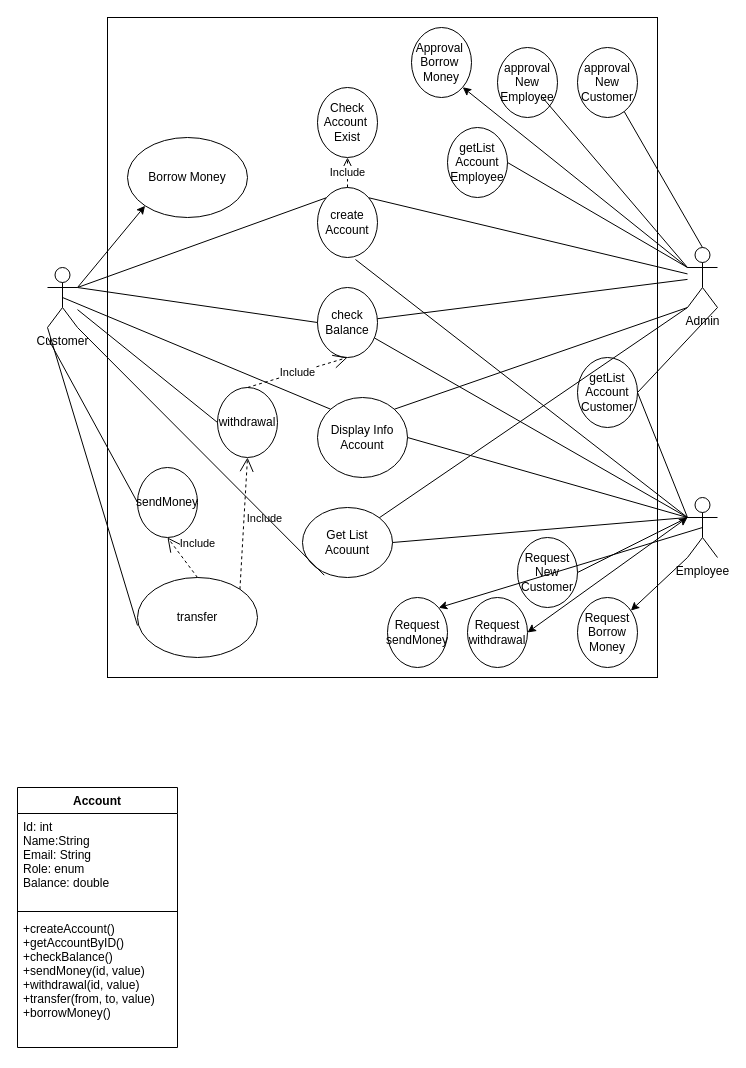
This is Bank_Use_Case.drawio from QuyetVV1995/Bank, a draw.io file, before an edit. Source tidied: cells renumbered, new cells numbered last; positions are measured from the earlier drawing's top-left corner, leaving out a move shared by most shapes. Both pictures are drawn from the tidied source at 100%, with x=0, y=0 at pixel (17, 17).
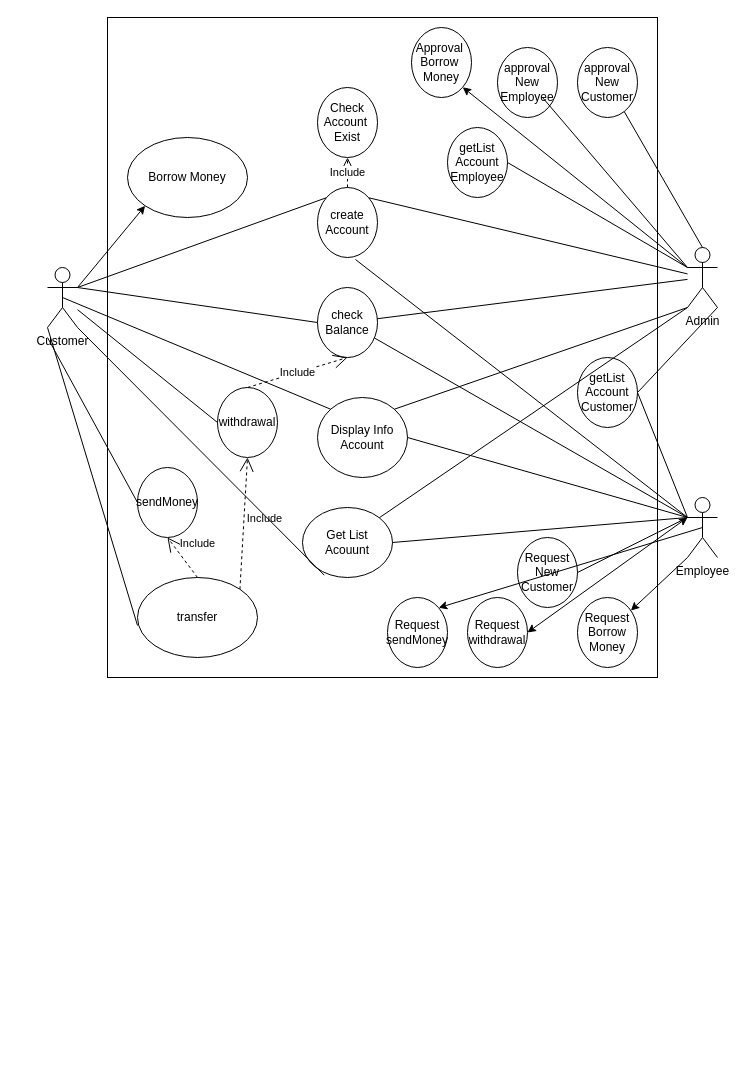
The same page after the edit.

Commit message (it also covers changes not shown here):
update: edit Cross Functional Diagram add Class Diagram

Change to the diagram source:
```diff
@@
-    <mxCell id="28" value="Account" style="swimlane;fontStyle=1;align=center;verticalAlign=top;horizontal=1;startSize=26;" parent="1" vertex="1">
-      <mxGeometry y="770" width="160" height="260" as="geometry" />
-    </mxCell>
-    <mxCell id="29" value="Id: int&#10;Name:String&#10;Email: String&#10;Role: enum&#10;Balance: double" style="text;strokeColor=none;fillColor=none;align=left;verticalAlign=top;spacingLeft=4;spacingRight=4;overflow=hidden;" parent="28" vertex="1">
-      <mxGeometry y="26" width="160" height="94" as="geometry" />
-    </mxCell>
-    <mxCell id="30" style="line;strokeWidth=1;fillColor=none;align=left;verticalAlign=middle;spacingTop=-1;spacingLeft=3;spacingRight=3;labelPosition=right;" parent="28" vertex="1">
-      <mxGeometry y="120" width="160" height="8" as="geometry" />
-    </mxCell>
-    <mxCell id="31" value="+createAccount()&#10;+getAccountByID()&#10;+checkBalance()&#10;+sendMoney(id, value)&#10;+withdrawal(id, value)&#10;+transfer(from, to, value)&#10;+borrowMoney()" style="text;strokeColor=none;fillColor=none;align=left;verticalAlign=top;spacingLeft=4;spacingRight=4;overflow=hidden;" parent="28" vertex="1">
-      <mxGeometry y="128" width="160" height="132" as="geometry" />
-    </mxCell>
```
